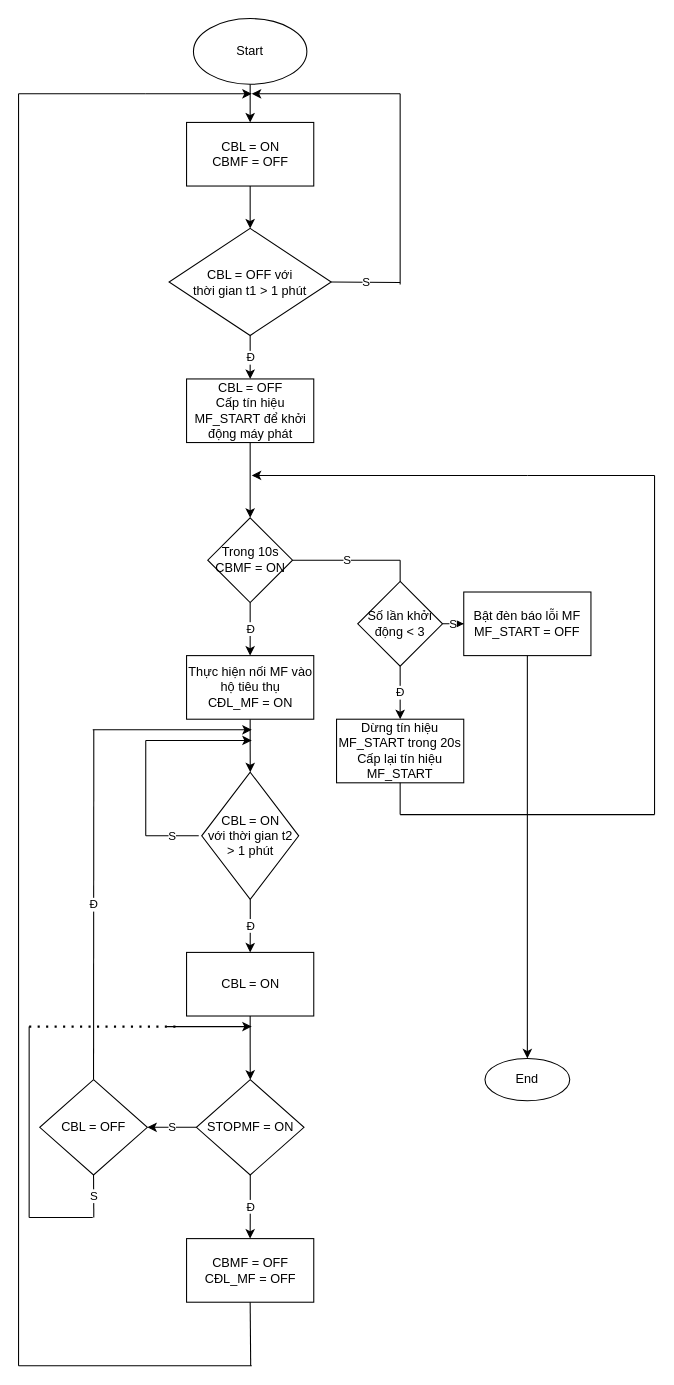
The draw.io diagram Untitled Diagram.drawio in thiendevweb/C-code, before the edit. Source tidied: cells renumbered, new cells numbered last; positions are measured from the earlier drawing's top-left corner, leaving out a move shared by most shapes. Both pictures are drawn from the tidied source at 106%, with x=0, y=0 at pixel (18, 18).
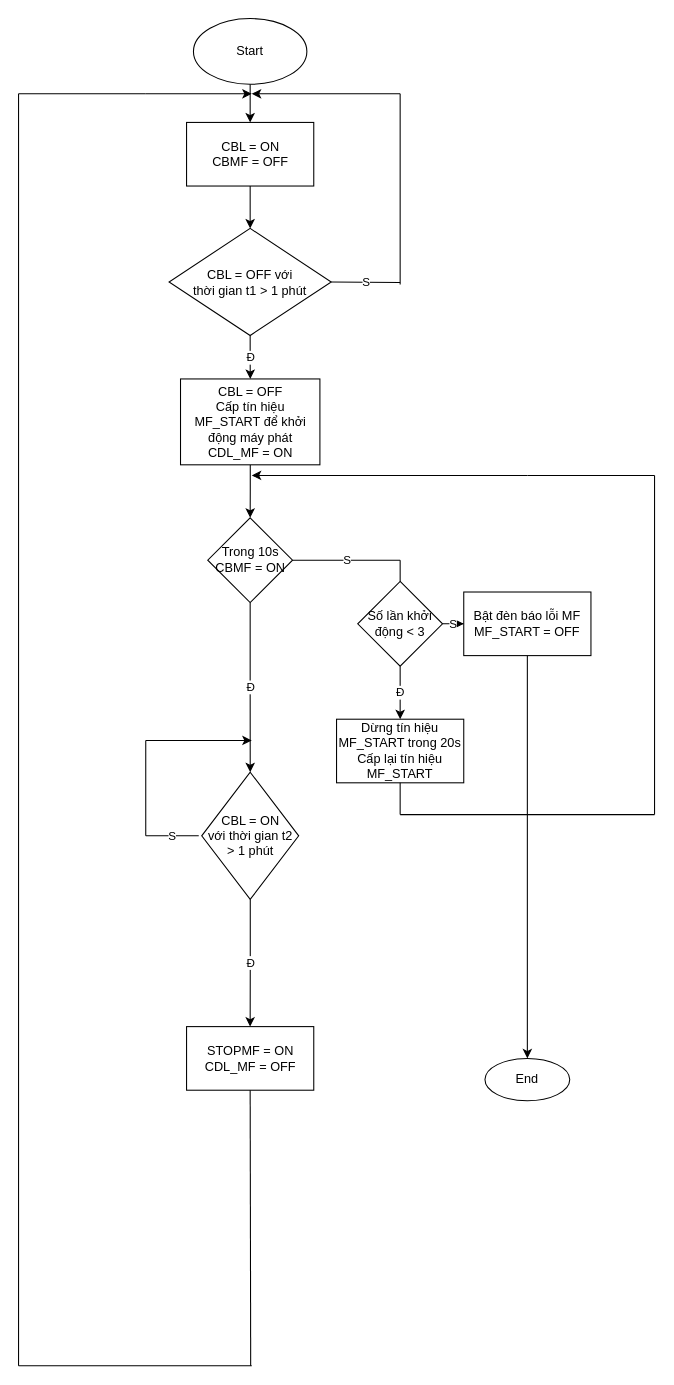
The same diagram, later.

The change refers to these unchanged cells:
```xml
<mxCell id="11" value="Trong 10s&lt;br&gt;CBMF = ON" style="rhombus;whiteSpace=wrap;html=1;" parent="1" vertex="1">
  <mxGeometry x="178.5" y="471" width="80" height="80" as="geometry" />
</mxCell>
<mxCell id="32" value="CBL = ON&lt;br&gt;với thời gian t2 &amp;gt; 1 phút" style="rhombus;whiteSpace=wrap;html=1;" parent="1" vertex="1">
  <mxGeometry x="172.8" y="711" width="91.5" height="120" as="geometry" />
</mxCell>
```

What changed in the source:
```diff
@@
-    <mxCell id="9" value="CBL = OFF&lt;br&gt;Cấp tín hiệu MF_START để khởi động máy phát" style="whiteSpace=wrap;html=1;" parent="1" vertex="1">
-      <mxGeometry x="158.5" y="340" width="120" height="60" as="geometry" />
+    <mxCell id="9" value="CBL = OFF&lt;br&gt;Cấp tín hiệu MF_START để khởi động máy phát&lt;br&gt;CDL_MF = ON" style="whiteSpace=wrap;html=1;" parent="1" vertex="1">
+      <mxGeometry x="152.8" y="340" width="131.5" height="81" as="geometry" />
     </mxCell>
-    <mxCell id="10" value="Đ" style="edgeStyle=orthogonalEdgeStyle;rounded=0;jettySize=auto;html=1;" parent="1" edge="1" source="11" target="30">
+    <mxCell id="10" value="Đ" style="edgeStyle=orthogonalEdgeStyle;rounded=0;jettySize=auto;html=1;entryX=0.5;entryY=0;entryDx=0;entryDy=0;" parent="1" edge="1" source="11" target="32">
       <mxGeometry relative="1" as="geometry" />
     </mxCell>
@@
-    <mxCell id="29" style="edgeStyle=orthogonalEdgeStyle;rounded=0;jettySize=auto;html=1;" parent="1" edge="1" source="30" target="32">
-      <mxGeometry relative="1" as="geometry" />
-    </mxCell>
-    <mxCell id="30" value="Thực hiện nối MF vào hộ tiêu thụ&lt;br&gt;CĐL_MF = ON" style="whiteSpace=wrap;html=1;" parent="1" vertex="1">
-      <mxGeometry x="158.5" y="601" width="120" height="60" as="geometry" />
-    </mxCell>
@@
-    <mxCell id="33" style="edgeStyle=orthogonalEdgeStyle;rounded=0;jettySize=auto;html=1;" parent="1" edge="1" source="34" target="37">
-      <mxGeometry relative="1" as="geometry" />
-    </mxCell>
-    <mxCell id="34" value="CBL = ON" style="whiteSpace=wrap;html=1;" parent="1" vertex="1">
-      <mxGeometry x="158.5" y="881" width="120" height="60" as="geometry" />
+    <mxCell id="34" value="STOPMF = ON&lt;br&gt;CDL_MF = OFF" style="whiteSpace=wrap;html=1;" parent="1" vertex="1">
+      <mxGeometry x="158.5" y="951" width="120" height="60" as="geometry" />
     </mxCell>
-    <mxCell id="35" value="Đ" style="edgeStyle=orthogonalEdgeStyle;rounded=0;jettySize=auto;html=1;" parent="1" edge="1" source="37" target="38">
-      <mxGeometry relative="1" as="geometry" />
-    </mxCell>
-    <mxCell id="36" value="S" style="edgeStyle=orthogonalEdgeStyle;rounded=0;jettySize=auto;html=1;" parent="1" edge="1" source="37" target="44">
-      <mxGeometry relative="1" as="geometry" />
-    </mxCell>
-    <mxCell id="37" value="STOPMF = ON" style="rhombus;whiteSpace=wrap;html=1;" parent="1" vertex="1">
-      <mxGeometry x="167.8" y="1001" width="101.5" height="90" as="geometry" />
-    </mxCell>
-    <mxCell id="38" value="CBMF = OFF&lt;br&gt;CĐL_MF = OFF" style="whiteSpace=wrap;html=1;" parent="1" vertex="1">
-      <mxGeometry x="158.5" y="1151" width="120" height="60" as="geometry" />
-    </mxCell>
-    <mxCell id="39" style="endArrow=none;html=1;rounded=0;entryX=0.5;entryY=1;entryDx=0;entryDy=0;" parent="1" edge="1" target="38">
+    <mxCell id="39" style="endArrow=none;html=1;rounded=0;entryX=0.5;entryY=1;entryDx=0;entryDy=0;" parent="1" edge="1" target="34">
       <mxGeometry relative="1" as="geometry">
         <mxPoint x="219" y="1271" as="sourcePoint" />
       </mxGeometry>
     </mxCell>
@@
-    <mxCell id="44" value="CBL = OFF" style="rhombus;whiteSpace=wrap;html=1;" parent="1" vertex="1">
-      <mxGeometry x="20" y="1001" width="101.5" height="90" as="geometry" />
-    </mxCell>
-    <mxCell id="45" value="Đ" style="endArrow=none;html=1;rounded=0;exitX=0.5;exitY=0;exitDx=0;exitDy=0;" parent="1" edge="1" source="44">
-      <mxGeometry relative="1" as="geometry">
-        <mxPoint x="71" y="671" as="targetPoint" />
-      </mxGeometry>
-    </mxCell>
-    <mxCell id="46" style="endArrow=classic;html=1;rounded=0;" parent="1" edge="1">
-      <mxGeometry relative="1" as="geometry">
-        <mxPoint x="70" y="671" as="sourcePoint" />
-        <mxPoint x="220" y="671" as="targetPoint" />
-      </mxGeometry>
-    </mxCell>
-    <mxCell id="47" value="S" style="endArrow=none;html=1;rounded=0;entryX=0.5;entryY=1;entryDx=0;entryDy=0;" parent="1" edge="1" target="44">
-      <mxGeometry relative="1" as="geometry">
-        <mxPoint x="71" y="1131" as="sourcePoint" />
-      </mxGeometry>
-    </mxCell>
-    <mxCell id="48" style="endArrow=none;html=1;rounded=0;" parent="1" edge="1">
-      <mxGeometry relative="1" as="geometry">
-        <mxPoint x="70" y="1131" as="sourcePoint" />
-        <mxPoint x="10" y="1131" as="targetPoint" />
-      </mxGeometry>
-    </mxCell>
-    <mxCell id="49" style="endArrow=none;html=1;rounded=0;" parent="1" edge="1">
-      <mxGeometry relative="1" as="geometry">
-        <mxPoint x="10" y="1131" as="sourcePoint" />
-        <mxPoint x="10" y="951" as="targetPoint" />
-      </mxGeometry>
-    </mxCell>
-    <mxCell id="50" style="endArrow=none;dashed=1;html=1;dashPattern=1 3;strokeWidth=2;rounded=0;" parent="1" edge="1">
-      <mxGeometry relative="1" as="geometry">
-        <mxPoint x="10" y="951" as="sourcePoint" />
-        <mxPoint x="150" y="951" as="targetPoint" />
-      </mxGeometry>
-    </mxCell>
-    <mxCell id="51" style="endArrow=classic;html=1;rounded=0;" parent="1" edge="1">
-      <mxGeometry relative="1" as="geometry">
-        <mxPoint x="140" y="951" as="sourcePoint" />
-        <mxPoint x="220" y="951" as="targetPoint" />
-      </mxGeometry>
-    </mxCell>
```
